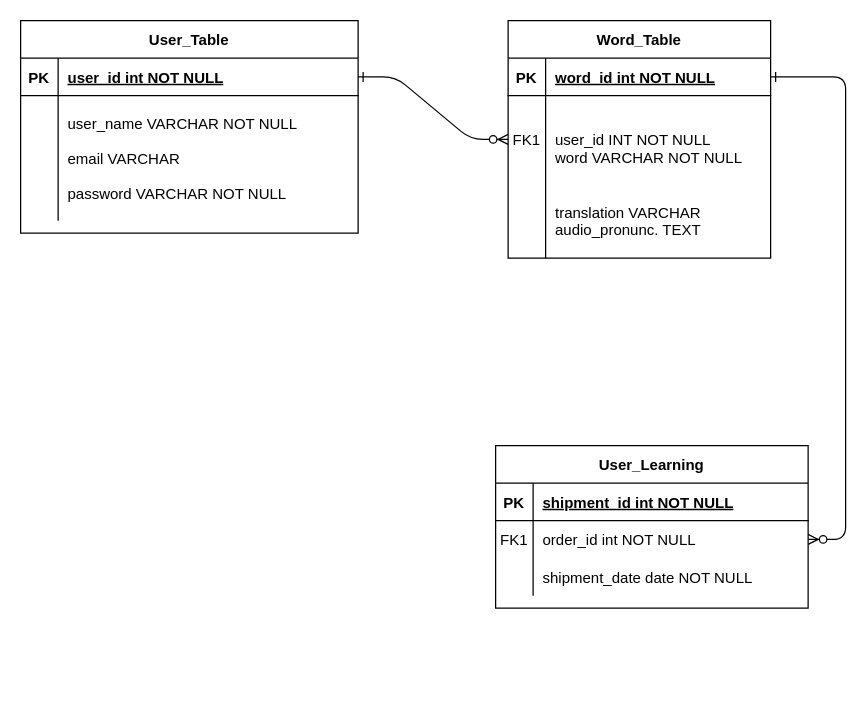
This is database.drawio from xiangxiang3451/Qt_myApplication, a draw.io file, before an edit. Source tidied: cells renumbered, new cells numbered last; positions are measured from the earlier drawing's top-left corner, leaving out a move shared by most shapes. Both pictures are drawn from the tidied source at 125%, with x=0, y=0 at pixel (20, 20).
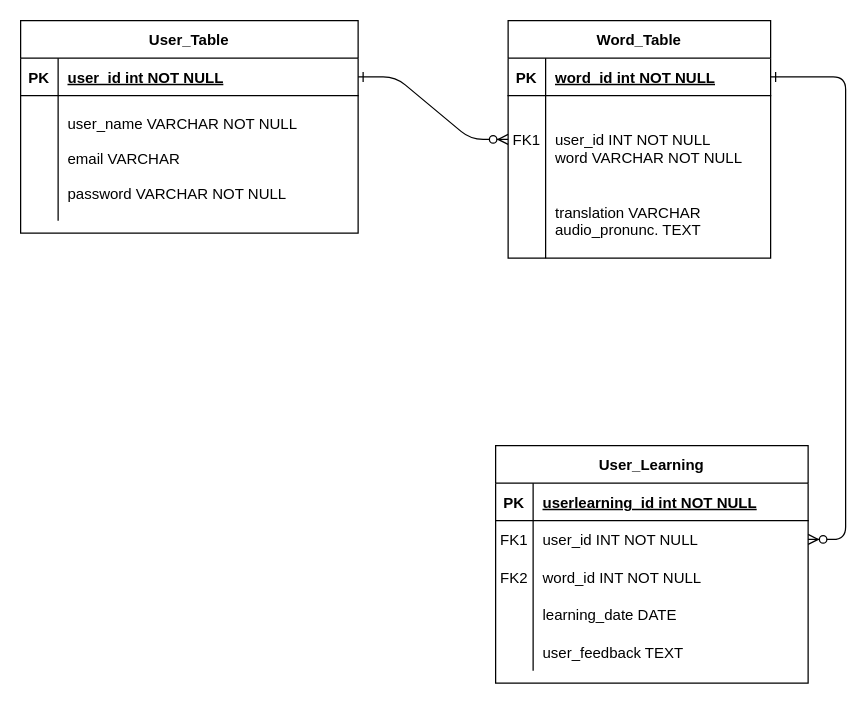
After the change.

Unchanged cells that the change refers to:
```xml
<mxCell id="15" style="shape=partialRectangle;fillColor=none;top=0;left=0;right=0;bottom=1;" parent="14" vertex="1">
  <mxGeometry y="30" width="250" height="30" as="geometry" />
</mxCell>
<mxCell id="18" style="shape=partialRectangle;fillColor=none;points=[[0,0.5],[1,0.5]];portConstraint=eastwest;top=0;left=0;right=0;bottom=0;" parent="14" vertex="1">
  <mxGeometry y="60" width="250" height="30" as="geometry" />
</mxCell>
<mxCell id="21" style="shape=partialRectangle;fillColor=none;top=0;left=0;right=0;bottom=0;" parent="14" vertex="1">
  <mxGeometry y="90" width="250" height="30" as="geometry" />
</mxCell>
```

The edit, as a diff of the source:
```diff
@@
     <mxCell id="14" value="User_Learning" style="shape=table;startSize=30;childLayout=tableLayout;rowLines=0;fontStyle=1;align=center;" parent="1" vertex="1">
-      <mxGeometry x="380" y="340" width="250" height="130" as="geometry" />
+      <mxGeometry x="380" y="340" width="250" height="190" as="geometry" />
     </mxCell>
@@
-    <mxCell id="17" value="shipment_id int NOT NULL " style="shape=partialRectangle;overflow=hidden;fillColor=none;top=0;left=0;bottom=0;right=0;align=left;spacingLeft=6;fontStyle=5;" parent="15" vertex="1">
+    <mxCell id="17" value="userlearning_id int NOT NULL " style="shape=partialRectangle;overflow=hidden;fillColor=none;top=0;left=0;bottom=0;right=0;align=left;spacingLeft=6;fontStyle=5;" parent="15" vertex="1">
       <mxGeometry x="30" width="220" height="30" as="geometry" />
     </mxCell>
@@
-    <mxCell id="20" value="order_id int NOT NULL" style="shape=partialRectangle;overflow=hidden;fillColor=none;top=0;left=0;bottom=0;right=0;align=left;spacingLeft=6;" parent="18" vertex="1">
+    <mxCell id="20" value="user_id INT NOT NULL" style="shape=partialRectangle;overflow=hidden;fillColor=none;top=0;left=0;bottom=0;right=0;align=left;spacingLeft=6;" parent="18" vertex="1">
       <mxGeometry x="30" width="220" height="30" as="geometry" />
     </mxCell>
@@
-    <mxCell id="22" style="shape=partialRectangle;overflow=hidden;fillColor=none;top=0;left=0;bottom=0;right=0;" parent="21" vertex="1">
+    <mxCell id="22" value="FK2" style="shape=partialRectangle;overflow=hidden;fillColor=none;top=0;left=0;bottom=0;right=0;" parent="21" vertex="1">
       <mxGeometry width="30" height="30" as="geometry" />
     </mxCell>
-    <mxCell id="23" value="shipment_date date NOT NULL" style="shape=partialRectangle;overflow=hidden;fillColor=none;top=0;left=0;bottom=0;right=0;align=left;spacingLeft=6;" parent="21" vertex="1">
+    <mxCell id="23" value="word_id INT NOT NULL" style="shape=partialRectangle;overflow=hidden;fillColor=none;top=0;left=0;bottom=0;right=0;align=left;spacingLeft=6;" parent="21" vertex="1">
       <mxGeometry x="30" width="220" height="30" as="geometry" />
     </mxCell>
+    <mxCell id="31" style="shape=partialRectangle;fillColor=none;top=0;left=0;right=0;bottom=0;" parent="14" vertex="1">
+      <mxGeometry y="120" width="250" height="30" as="geometry" />
+    </mxCell>
+    <mxCell id="32" style="shape=partialRectangle;overflow=hidden;fillColor=none;top=0;left=0;bottom=0;right=0;" parent="31" vertex="1">
+      <mxGeometry width="30" height="30" as="geometry" />
+    </mxCell>
+    <mxCell id="33" value="learning_date DATE " style="shape=partialRectangle;overflow=hidden;fillColor=none;top=0;left=0;bottom=0;right=0;align=left;spacingLeft=6;" parent="31" vertex="1">
+      <mxGeometry x="30" width="220" height="30" as="geometry" />
+    </mxCell>
+    <mxCell id="34" style="shape=partialRectangle;fillColor=none;top=0;left=0;right=0;bottom=0;" parent="14" vertex="1">
+      <mxGeometry y="150" width="250" height="30" as="geometry" />
+    </mxCell>
+    <mxCell id="35" style="shape=partialRectangle;overflow=hidden;fillColor=none;top=0;left=0;bottom=0;right=0;" parent="34" vertex="1">
+      <mxGeometry width="30" height="30" as="geometry" />
+    </mxCell>
+    <mxCell id="36" value="user_feedback TEXT " style="shape=partialRectangle;overflow=hidden;fillColor=none;top=0;left=0;bottom=0;right=0;align=left;spacingLeft=6;" parent="34" vertex="1">
+      <mxGeometry x="30" width="220" height="30" as="geometry" />
+    </mxCell>
```
